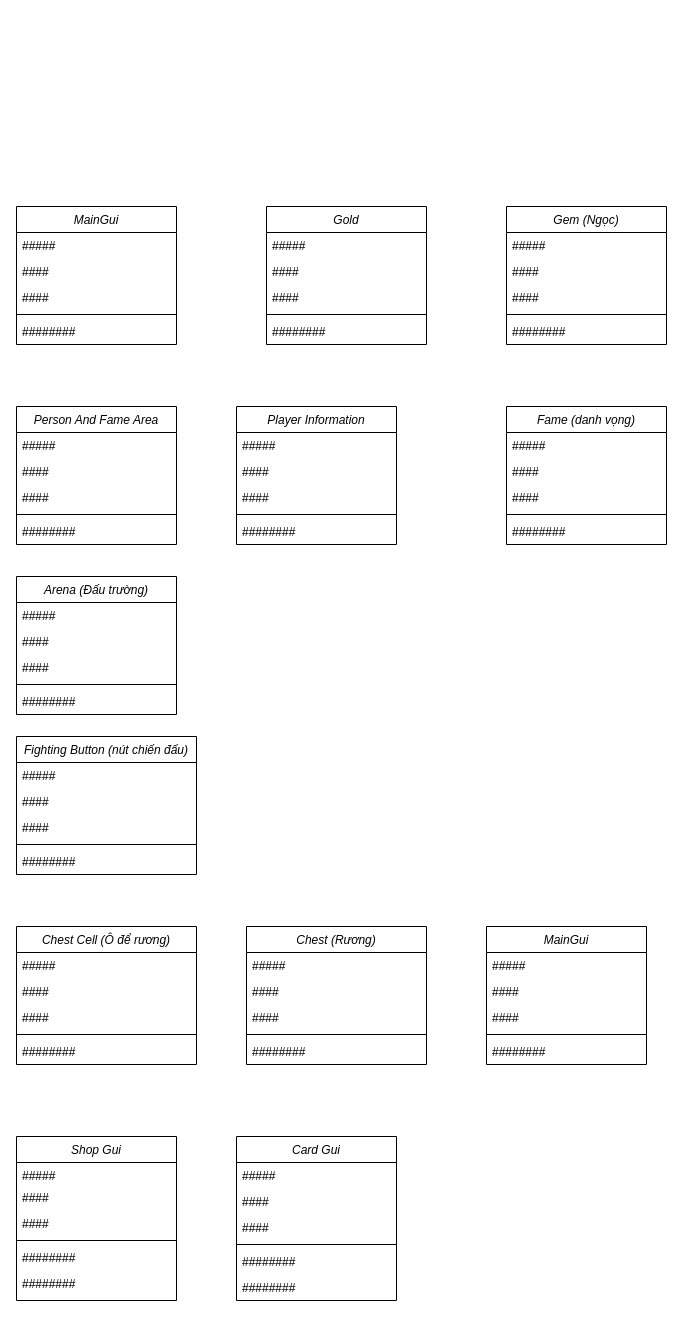
Above: page "Main Gui" (2 of 10) of Untitled Diagram.drawio in HanhND2/assignment-03-class-sequence-diagram- (draw.io), before the change. Source tidied: cells renumbered, new cells numbered last; positions are measured from the earlier drawing's top-left corner, leaving out a move shared by most shapes. Both pictures are drawn from the tidied source at 100%, with x=0, y=0 at pixel (16, 206).
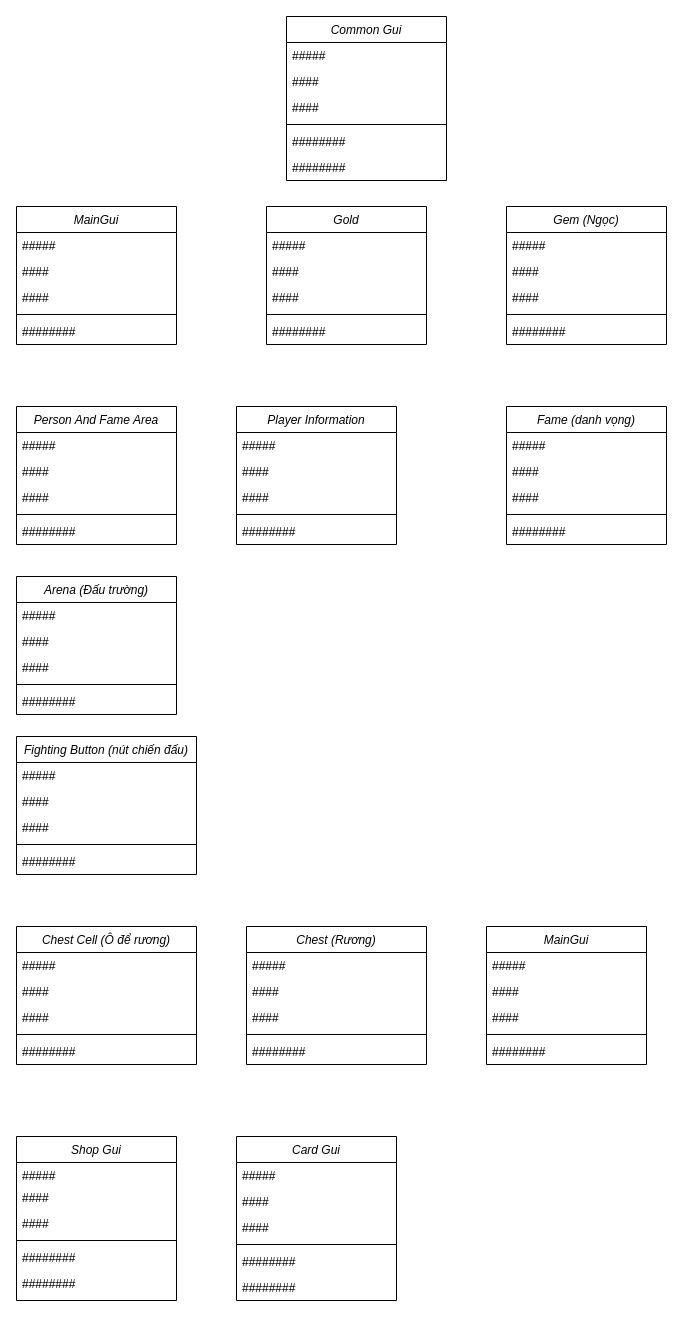
The same page after the edit.

What changed in the source:
```diff
@@
+    <mxCell id="82" value="Common Gui" style="swimlane;fontStyle=2;align=center;verticalAlign=top;horizontal=1;startSize=26;rounded=0;shadow=0;strokeWidth=1;" parent="1" vertex="1">
+      <mxGeometry x="270" y="-190" width="160" height="164" as="geometry" />
+    </mxCell>
+    <mxCell id="83" value="#####" style="text;align=left;verticalAlign=top;spacingLeft=4;spacingRight=4;overflow=hidden;" parent="82" vertex="1">
+      <mxGeometry y="26" width="160" height="26" as="geometry" />
+    </mxCell>
+    <mxCell id="84" value="####" style="text;align=left;verticalAlign=top;spacingLeft=4;spacingRight=4;overflow=hidden;rounded=0;shadow=0;html=0;" parent="82" vertex="1">
+      <mxGeometry y="52" width="160" height="26" as="geometry" />
+    </mxCell>
+    <mxCell id="85" value="####" style="text;align=left;verticalAlign=top;spacingLeft=4;spacingRight=4;overflow=hidden;rounded=0;shadow=0;html=0;" parent="82" vertex="1">
+      <mxGeometry y="78" width="160" height="26" as="geometry" />
+    </mxCell>
+    <mxCell id="86" style="line;html=1;strokeWidth=1;align=left;verticalAlign=middle;spacingTop=-1;spacingLeft=3;spacingRight=3;labelPosition=right;" parent="82" vertex="1">
+      <mxGeometry y="104" width="160" height="8" as="geometry" />
+    </mxCell>
+    <mxCell id="87" value="########" style="text;align=left;verticalAlign=top;spacingLeft=4;spacingRight=4;overflow=hidden;" parent="82" vertex="1">
+      <mxGeometry y="112" width="160" height="26" as="geometry" />
+    </mxCell>
+    <mxCell id="88" value="########" style="text;align=left;verticalAlign=top;spacingLeft=4;spacingRight=4;overflow=hidden;" parent="82" vertex="1">
+      <mxGeometry y="138" width="160" height="26" as="geometry" />
+    </mxCell>
```
